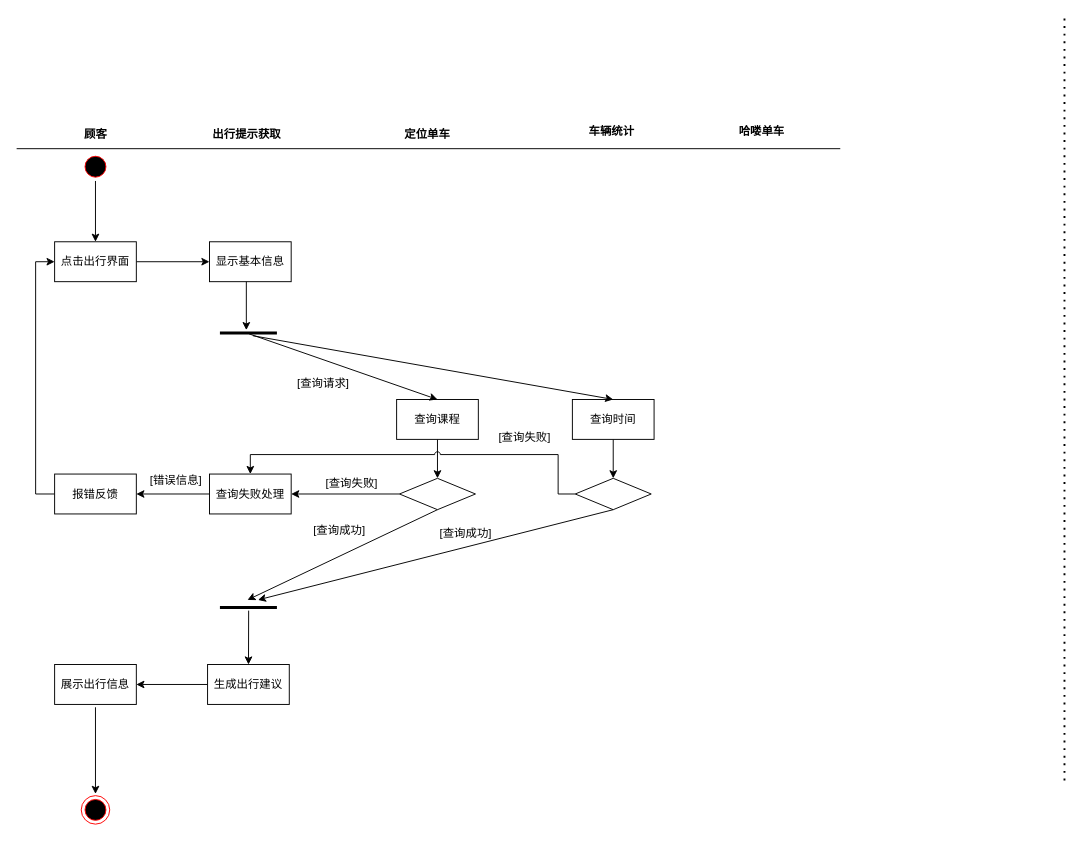
Earlier version of the draw.io diagram 软件工程出行提示.drawio (ZYNsama666/BackUp). Source tidied: cells renumbered, new cells numbered last; positions are measured from the earlier drawing's top-left corner, leaving out a move shared by most shapes. Both pictures are drawn from the tidied source at 95%, with x=0, y=0 at pixel (16, 17).
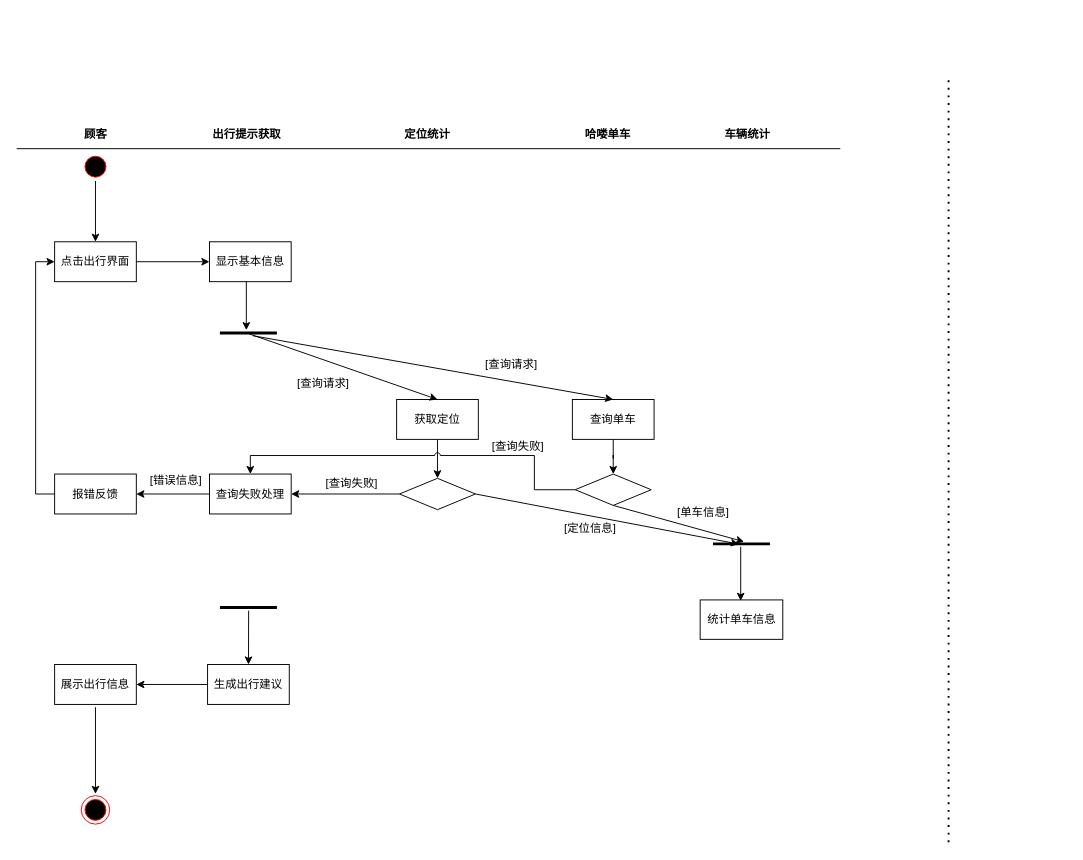
The same diagram, later.

Commit message (it also covers changes not shown here):
更新软件工程出行提示.drawio

The change refers to these unchanged cells:
```xml
<mxCell id="15" style="rhombus;whiteSpace=wrap;html=1;" parent="1" vertex="1">
  <mxGeometry x="403" y="485" width="80" height="33" as="geometry" />
</mxCell>
<mxCell id="24" value="查询失败处理" style="html=1;whiteSpace=wrap;" parent="1" vertex="1">
  <mxGeometry x="203" y="480.5" width="86" height="42" as="geometry" />
</mxCell>
```

Change to the diagram source:
```diff
@@
     <mxCell id="5" value="车辆统计" style="text;align=center;fontStyle=1;verticalAlign=middle;spacingLeft=3;spacingRight=3;strokeColor=none;html=1;" parent="1" vertex="1">
-      <mxGeometry x="602" y="112" width="48" height="16" as="geometry" />
+      <mxGeometry x="745" y="115" width="48" height="16" as="geometry" />
     </mxCell>
-    <mxCell id="6" value="定位单车" style="text;align=center;fontStyle=1;verticalAlign=middle;spacingLeft=3;spacingRight=3;strokeColor=none;html=1;" parent="1" vertex="1">
+    <mxCell id="6" value="定位统计" style="text;align=center;fontStyle=1;verticalAlign=middle;spacingLeft=3;spacingRight=3;strokeColor=none;html=1;" parent="1" vertex="1">
       <mxGeometry x="408" y="115" width="48" height="16" as="geometry" />
     </mxCell>
@@
-    <mxCell id="13" value="查询课程" style="html=1;whiteSpace=wrap;" parent="1" vertex="1">
+    <mxCell id="13" value="获取定位" style="html=1;whiteSpace=wrap;" parent="1" vertex="1">
       <mxGeometry x="400" y="402" width="86" height="42" as="geometry" />
     </mxCell>
@@
     <mxCell id="18" style="endArrow=none;dashed=1;html=1;dashPattern=1 3;strokeWidth=2;rounded=0;" parent="1" edge="1">
       <mxGeometry relative="1" as="geometry">
-        <mxPoint x="1103" y="803" as="sourcePoint" />
-        <mxPoint x="1103" as="targetPoint" />
+        <mxPoint x="981" y="868" as="sourcePoint" />
+        <mxPoint x="981" y="65" as="targetPoint" />
       </mxGeometry>
     </mxCell>
@@
-    <mxCell id="34" style="endArrow=classic;html=1;rounded=0;exitX=0.5;exitY=1;exitDx=0;exitDy=0;" parent="1" edge="1" source="15">
-      <mxGeometry relative="1" as="geometry">
-        <mxPoint x="243" y="613" as="targetPoint" />
-      </mxGeometry>
-    </mxCell>
-    <mxCell id="35" value="[查询成功]" style="text;html=1;strokeColor=none;fillColor=none;align=center;verticalAlign=middle;whiteSpace=wrap;rounded=0;" parent="1" vertex="1">
-      <mxGeometry x="310" y="525" width="60" height="30" as="geometry" />
-    </mxCell>
-    <mxCell id="36" style="edgeStyle=orthogonalEdgeStyle;rounded=0;jettySize=auto;html=1;entryX=0.5;entryY=0;entryDx=0;entryDy=0;" parent="1" edge="1" source="37" target="39">
-      <mxGeometry relative="1" as="geometry" />
-    </mxCell>
+    <mxCell id="45" style="edgeStyle=orthogonalEdgeStyle;rounded=0;jettySize=auto;html=1;entryX=0.5;entryY=0;entryDx=0;entryDy=0;" parent="1" edge="1" source="37" target="52">
+      <mxGeometry relative="1" as="geometry" />
+    </mxCell>
-    <mxCell id="37" value="查询时间" style="html=1;whiteSpace=wrap;" parent="1" vertex="1">
+    <mxCell id="37" value="查询单车" style="html=1;whiteSpace=wrap;" parent="1" vertex="1">
       <mxGeometry x="585" y="402" width="86" height="42" as="geometry" />
     </mxCell>
-    <mxCell id="38" style="edgeStyle=orthogonalEdgeStyle;rounded=0;jettySize=auto;html=1;entryX=0.5;entryY=0;entryDx=0;entryDy=0;jumpStyle=arc;" parent="1" edge="1" source="39" target="24">
-      <mxGeometry relative="1" as="geometry">
-        <Array as="points">
-          <mxPoint x="570" y="502" />
-          <mxPoint x="570" y="460" />
-          <mxPoint x="246" y="460" />
-        </Array>
-      </mxGeometry>
-    </mxCell>
-    <mxCell id="39" style="rhombus;whiteSpace=wrap;html=1;" parent="1" vertex="1">
-      <mxGeometry x="588" y="485" width="80" height="33" as="geometry" />
-    </mxCell>
@@
-    <mxCell id="41" style="endArrow=classic;html=1;rounded=0;exitX=0.5;exitY=1;exitDx=0;exitDy=0;" parent="1" edge="1" source="39">
-      <mxGeometry relative="1" as="geometry">
-        <mxPoint x="254" y="613" as="targetPoint" />
-      </mxGeometry>
-    </mxCell>
+    <mxCell id="44" value="哈喽单车" style="text;align=center;fontStyle=1;verticalAlign=middle;spacingLeft=3;spacingRight=3;strokeColor=none;html=1;" parent="1" vertex="1">
+      <mxGeometry x="598" y="115" width="48" height="16" as="geometry" />
+    </mxCell>
+    <mxCell id="46" value="[查询请求]" style="text;html=1;strokeColor=none;fillColor=none;align=center;verticalAlign=middle;whiteSpace=wrap;rounded=0;" parent="1" vertex="1">
+      <mxGeometry x="491" y="350" width="60" height="30" as="geometry" />
+    </mxCell>
+    <mxCell id="47" value="统计单车信息" style="html=1;whiteSpace=wrap;" parent="1" vertex="1">
+      <mxGeometry x="719.5" y="613" width="87" height="41.5" as="geometry" />
+    </mxCell>
+    <mxCell id="48" style="endArrow=classic;html=1;rounded=0;exitX=1;exitY=0.5;exitDx=0;exitDy=0;entryX=0.454;entryY=0.525;entryDx=0;entryDy=0;entryPerimeter=0;" parent="1" edge="1" source="15" target="49">
+      <mxGeometry relative="1" as="geometry" />
+    </mxCell>
+    <mxCell id="49" style="line;strokeWidth=3;dashed=0;labelPosition=right;align=left;verticalAlign=middle;spacingTop=0;spacingLeft=6;points=[];portConstraint=eastwest;fontSize=13;" parent="1" vertex="1">
+      <mxGeometry x="733" y="549" width="60" height="10" as="geometry" />
+    </mxCell>
+    <mxCell id="50" style="endArrow=classic;html=1;rounded=0;exitX=0.504;exitY=0.826;exitDx=0;exitDy=0;exitPerimeter=0;" parent="1" edge="1">
+      <mxGeometry relative="1" as="geometry">
+        <mxPoint x="762.2" y="557" as="sourcePoint" />
+        <mxPoint x="762.2" y="614" as="targetPoint" />
+      </mxGeometry>
+    </mxCell>
+    <mxCell id="51" style="edgeStyle=orthogonalEdgeStyle;rounded=0;jettySize=auto;html=1;entryX=0.5;entryY=0;entryDx=0;entryDy=0;jumpStyle=arc;" parent="1" edge="1" source="52" target="24">
+      <mxGeometry relative="1" as="geometry">
+        <Array as="points">
+          <mxPoint x="545" y="497" />
+          <mxPoint x="545" y="461" />
+          <mxPoint x="246" y="461" />
+        </Array>
+      </mxGeometry>
+    </mxCell>
+    <mxCell id="52" style="rhombus;whiteSpace=wrap;html=1;" parent="1" vertex="1">
+      <mxGeometry x="588" y="480.5" width="80" height="33" as="geometry" />
+    </mxCell>
+    <mxCell id="53" style="endArrow=classic;html=1;rounded=0;exitX=0.5;exitY=1;exitDx=0;exitDy=0;entryX=0.546;entryY=0.278;entryDx=0;entryDy=0;entryPerimeter=0;" parent="1" edge="1" source="52" target="49">
+      <mxGeometry relative="1" as="geometry" />
+    </mxCell>
     <mxCell id="42" value="[查询失败]" style="text;html=1;strokeColor=none;fillColor=none;align=center;verticalAlign=middle;whiteSpace=wrap;rounded=0;" parent="1" vertex="1">
-      <mxGeometry x="505" y="427" width="60" height="30" as="geometry" />
+      <mxGeometry x="498" y="437" width="60" height="30" as="geometry" />
     </mxCell>
-    <mxCell id="43" value="[查询成功]" style="text;html=1;strokeColor=none;fillColor=none;align=center;verticalAlign=middle;whiteSpace=wrap;rounded=0;" parent="1" vertex="1">
-      <mxGeometry x="443" y="528" width="60" height="30" as="geometry" />
-    </mxCell>
-    <mxCell id="44" value="哈喽单车" style="text;align=center;fontStyle=1;verticalAlign=middle;spacingLeft=3;spacingRight=3;strokeColor=none;html=1;" parent="1" vertex="1">
-      <mxGeometry x="760" y="112" width="48" height="16" as="geometry" />
-    </mxCell>
+    <mxCell id="54" value="[定位信息]" style="text;html=1;strokeColor=none;fillColor=none;align=center;verticalAlign=middle;whiteSpace=wrap;rounded=0;" parent="1" vertex="1">
+      <mxGeometry x="574" y="522.5" width="60" height="30" as="geometry" />
+    </mxCell>
+    <mxCell id="55" value="[单车信息]" style="text;html=1;strokeColor=none;fillColor=none;align=center;verticalAlign=middle;whiteSpace=wrap;rounded=0;" parent="1" vertex="1">
+      <mxGeometry x="693" y="506" width="60" height="30" as="geometry" />
+    </mxCell>
```
